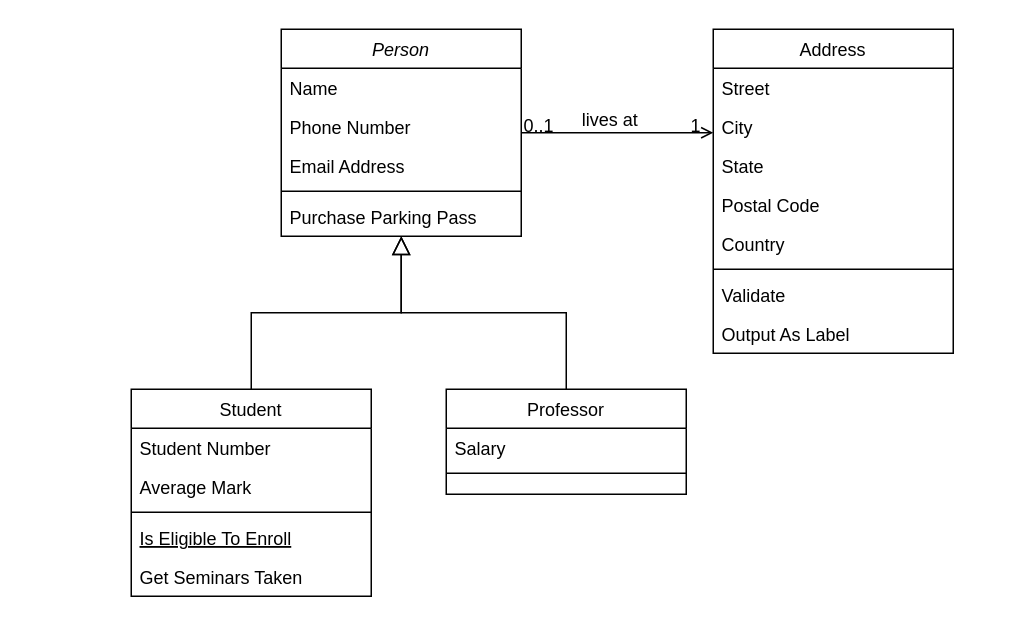
florenzio/HMAC_calculator keeps this draw.io diagram as Untitled Diagram.drawio. Above is the earlier version. Source tidied: cells renumbered, new cells numbered last; positions are measured from the earlier drawing's top-left corner, leaving out a move shared by most shapes. Both pictures are drawn from the tidied source at 150%, with x=0, y=0 at pixel (130, 28).
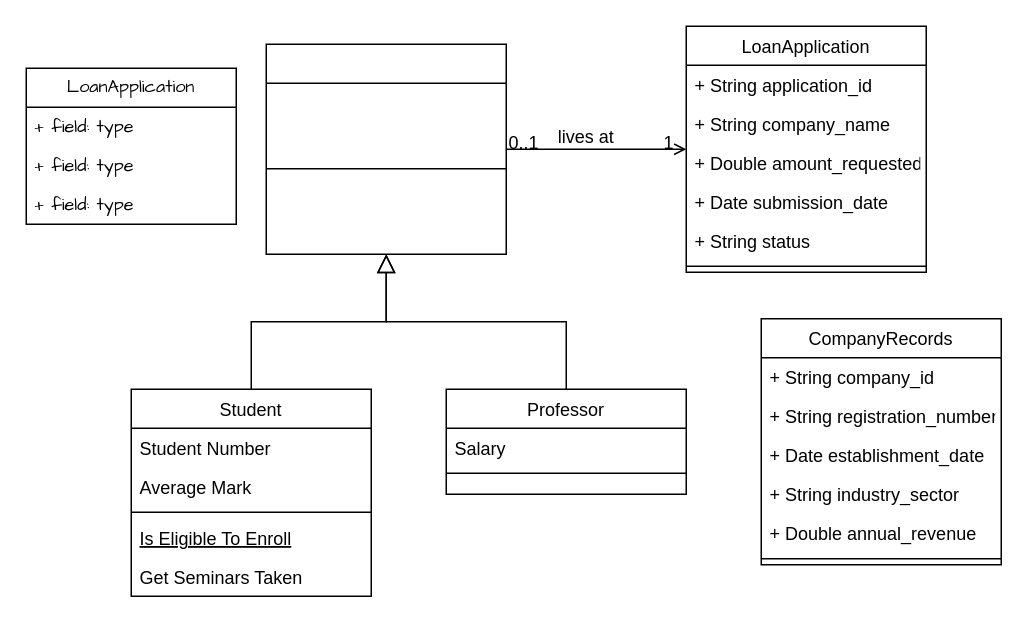
The same page after the edit.

The edit, as a diff of the source:
```diff
@@
-    <mxCell id="2" value="Person" style="swimlane;fontStyle=2;align=center;verticalAlign=top;horizontal=1;startSize=26;rounded=0;shadow=0;strokeWidth=1;" parent="1" vertex="1">
-      <mxGeometry x="100" width="160" height="138" as="geometry" />
+    <mxCell id="2" style="swimlane;fontStyle=2;align=center;verticalAlign=top;horizontal=1;startSize=26;rounded=0;shadow=0;strokeWidth=1;" parent="1" vertex="1">
+      <mxGeometry x="90" y="10" width="160" height="140" as="geometry" />
     </mxCell>
-    <mxCell id="3" value="Name" style="text;align=left;verticalAlign=top;spacingLeft=4;spacingRight=4;overflow=hidden;" parent="2" vertex="1">
-      <mxGeometry y="26" width="160" height="26" as="geometry" />
-    </mxCell>
-    <mxCell id="4" value="Phone Number" style="text;align=left;verticalAlign=top;spacingLeft=4;spacingRight=4;overflow=hidden;rounded=0;shadow=0;html=0;" parent="2" vertex="1">
-      <mxGeometry y="52" width="160" height="26" as="geometry" />
-    </mxCell>
-    <mxCell id="5" value="Email Address" style="text;align=left;verticalAlign=top;spacingLeft=4;spacingRight=4;overflow=hidden;rounded=0;shadow=0;html=0;" parent="2" vertex="1">
-      <mxGeometry y="78" width="160" height="26" as="geometry" />
-    </mxCell>
     <mxCell id="6" style="line;html=1;strokeWidth=1;align=left;verticalAlign=middle;spacingTop=-1;spacingLeft=3;spacingRight=3;labelPosition=right;" parent="2" vertex="1">
-      <mxGeometry y="104" width="160" height="8" as="geometry" />
+      <mxGeometry y="26" width="160" height="114" as="geometry" />
     </mxCell>
-    <mxCell id="7" value="Purchase Parking Pass" style="text;align=left;verticalAlign=top;spacingLeft=4;spacingRight=4;overflow=hidden;" parent="2" vertex="1">
-      <mxGeometry y="112" width="160" height="26" as="geometry" />
-    </mxCell>
@@
-    <mxCell id="19" value="Address" style="swimlane;fontStyle=0;align=center;verticalAlign=top;horizontal=1;startSize=26;rounded=0;shadow=0;strokeWidth=1;" parent="1" vertex="1">
-      <mxGeometry x="388" width="160" height="216" as="geometry" />
+    <mxCell id="19" value="LoanApplication" style="swimlane;fontStyle=0;align=center;verticalAlign=top;horizontal=1;startSize=26;rounded=0;shadow=0;strokeWidth=1;" parent="1" vertex="1">
+      <mxGeometry x="370" y="-2" width="160" height="164" as="geometry" />
     </mxCell>
-    <mxCell id="20" value="Street" style="text;align=left;verticalAlign=top;spacingLeft=4;spacingRight=4;overflow=hidden;" parent="19" vertex="1">
+    <mxCell id="20" value="+ String application_id" style="text;align=left;verticalAlign=top;spacingLeft=4;spacingRight=4;overflow=hidden;" parent="19" vertex="1">
       <mxGeometry y="26" width="160" height="26" as="geometry" />
     </mxCell>
-    <mxCell id="21" value="City" style="text;align=left;verticalAlign=top;spacingLeft=4;spacingRight=4;overflow=hidden;rounded=0;shadow=0;html=0;" parent="19" vertex="1">
+    <mxCell id="21" value="+ String company_name" style="text;align=left;verticalAlign=top;spacingLeft=4;spacingRight=4;overflow=hidden;rounded=0;shadow=0;html=0;" parent="19" vertex="1">
       <mxGeometry y="52" width="160" height="26" as="geometry" />
     </mxCell>
-    <mxCell id="22" value="State" style="text;align=left;verticalAlign=top;spacingLeft=4;spacingRight=4;overflow=hidden;rounded=0;shadow=0;html=0;" parent="19" vertex="1">
+    <mxCell id="22" value="+ Double amount_requested" style="text;align=left;verticalAlign=top;spacingLeft=4;spacingRight=4;overflow=hidden;rounded=0;shadow=0;html=0;" parent="19" vertex="1">
       <mxGeometry y="78" width="160" height="26" as="geometry" />
     </mxCell>
-    <mxCell id="23" value="Postal Code" style="text;align=left;verticalAlign=top;spacingLeft=4;spacingRight=4;overflow=hidden;rounded=0;shadow=0;html=0;" parent="19" vertex="1">
+    <mxCell id="23" value="+ Date submission_date" style="text;align=left;verticalAlign=top;spacingLeft=4;spacingRight=4;overflow=hidden;rounded=0;shadow=0;html=0;" parent="19" vertex="1">
       <mxGeometry y="104" width="160" height="26" as="geometry" />
     </mxCell>
-    <mxCell id="24" value="Country" style="text;align=left;verticalAlign=top;spacingLeft=4;spacingRight=4;overflow=hidden;rounded=0;shadow=0;html=0;" parent="19" vertex="1">
+    <mxCell id="24" value=" + String status" style="text;align=left;verticalAlign=top;spacingLeft=4;spacingRight=4;overflow=hidden;rounded=0;shadow=0;html=0;" parent="19" vertex="1">
       <mxGeometry y="130" width="160" height="26" as="geometry" />
     </mxCell>
@@
-    <mxCell id="26" value="Validate" style="text;align=left;verticalAlign=top;spacingLeft=4;spacingRight=4;overflow=hidden;" parent="19" vertex="1">
-      <mxGeometry y="164" width="160" height="26" as="geometry" />
-    </mxCell>
-    <mxCell id="27" value="Output As Label" style="text;align=left;verticalAlign=top;spacingLeft=4;spacingRight=4;overflow=hidden;" parent="19" vertex="1">
-      <mxGeometry y="190" width="160" height="26" as="geometry" />
-    </mxCell>
@@
+    <mxCell id="32" value="LoanApplication" style="swimlane;fontStyle=0;horizontal=1;startSize=26;fillColor=none;whiteSpace=wrap;html=1;hachureGap=4;fontFamily=Architects Daughter;" parent="1" vertex="1">
+      <mxGeometry x="-70" y="26" width="140" height="104" as="geometry" />
+    </mxCell>
+    <mxCell id="33" value="+ field: type" style="text;strokeColor=none;fillColor=none;align=left;verticalAlign=top;spacingLeft=4;spacingRight=4;overflow=hidden;whiteSpace=wrap;html=1;fontFamily=Architects Daughter;" parent="32" vertex="1">
+      <mxGeometry y="26" width="140" height="26" as="geometry" />
+    </mxCell>
+    <mxCell id="34" value="+ field: type" style="text;strokeColor=none;fillColor=none;align=left;verticalAlign=top;spacingLeft=4;spacingRight=4;overflow=hidden;whiteSpace=wrap;html=1;fontFamily=Architects Daughter;" parent="32" vertex="1">
+      <mxGeometry y="52" width="140" height="26" as="geometry" />
+    </mxCell>
+    <mxCell id="35" value="+ field: type" style="text;strokeColor=none;fillColor=none;align=left;verticalAlign=top;spacingLeft=4;spacingRight=4;overflow=hidden;whiteSpace=wrap;html=1;fontFamily=Architects Daughter;" parent="32" vertex="1">
+      <mxGeometry y="78" width="140" height="26" as="geometry" />
+    </mxCell>
+    <mxCell id="36" value="CompanyRecords" style="swimlane;fontStyle=0;align=center;verticalAlign=top;horizontal=1;startSize=26;rounded=0;shadow=0;strokeWidth=1;" parent="1" vertex="1">
+      <mxGeometry x="420" y="193" width="160" height="164" as="geometry" />
+    </mxCell>
+    <mxCell id="37" value="+ String company_id&#10;    " style="text;align=left;verticalAlign=top;spacingLeft=4;spacingRight=4;overflow=hidden;" parent="36" vertex="1">
+      <mxGeometry y="26" width="160" height="26" as="geometry" />
+    </mxCell>
+    <mxCell id="38" value="+ String registration_number" style="text;align=left;verticalAlign=top;spacingLeft=4;spacingRight=4;overflow=hidden;rounded=0;shadow=0;html=0;" parent="36" vertex="1">
+      <mxGeometry y="52" width="160" height="26" as="geometry" />
+    </mxCell>
+    <mxCell id="39" value="+ Date establishment_date" style="text;align=left;verticalAlign=top;spacingLeft=4;spacingRight=4;overflow=hidden;rounded=0;shadow=0;html=0;" parent="36" vertex="1">
+      <mxGeometry y="78" width="160" height="26" as="geometry" />
+    </mxCell>
+    <mxCell id="40" value="+ String industry_sector" style="text;align=left;verticalAlign=top;spacingLeft=4;spacingRight=4;overflow=hidden;rounded=0;shadow=0;html=0;" parent="36" vertex="1">
+      <mxGeometry y="104" width="160" height="26" as="geometry" />
+    </mxCell>
+    <mxCell id="41" value="+ Double annual_revenue" style="text;align=left;verticalAlign=top;spacingLeft=4;spacingRight=4;overflow=hidden;rounded=0;shadow=0;html=0;" parent="36" vertex="1">
+      <mxGeometry y="130" width="160" height="26" as="geometry" />
+    </mxCell>
+    <mxCell id="42" style="line;html=1;strokeWidth=1;align=left;verticalAlign=middle;spacingTop=-1;spacingLeft=3;spacingRight=3;labelPosition=right;" parent="36" vertex="1">
+      <mxGeometry y="156" width="160" height="8" as="geometry" />
+    </mxCell>
```
